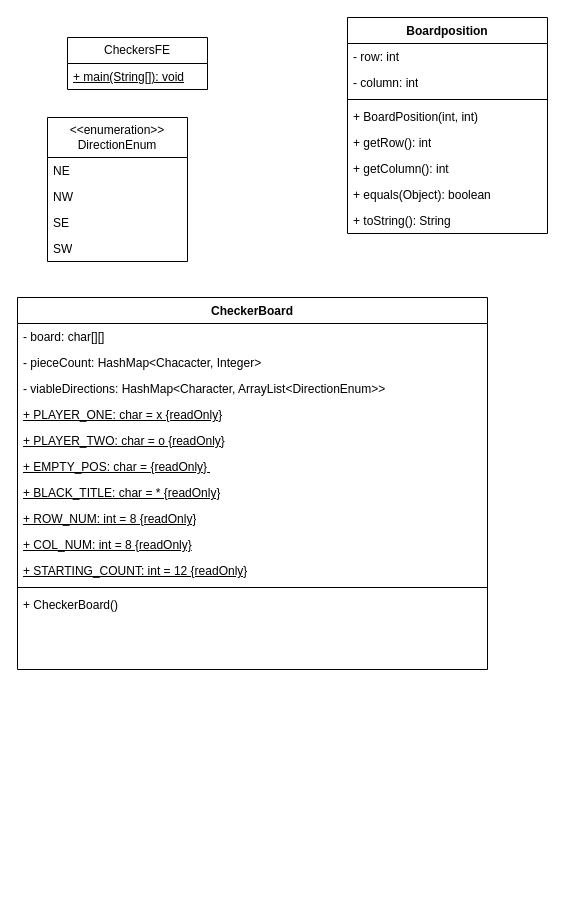
The draw.io diagram CheckersUML.drawio in ksurisetty11/checkers-project, before the edit. Source tidied: cells renumbered, new cells numbered last; positions are measured from the earlier drawing's top-left corner, leaving out a move shared by most shapes. Both pictures are drawn from the tidied source at 100%, with x=0, y=0 at pixel (17, 17).
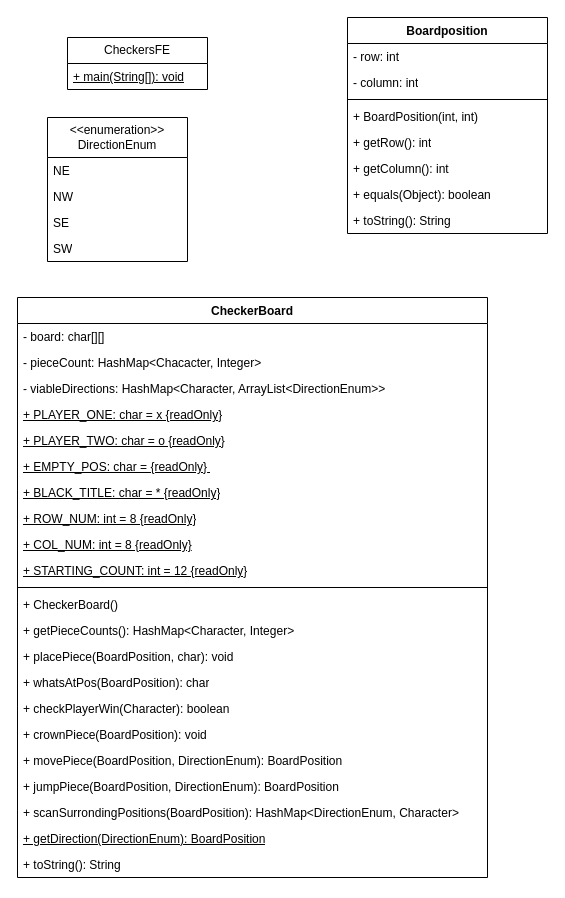
After the change.

Commit message:
Finished CheckerBoard

Diff of the diagram source:
```diff
@@
     <mxCell id="11" value="CheckerBoard" style="swimlane;fontStyle=1;align=center;verticalAlign=top;horizontal=1;startSize=26;whiteSpace=wrap;html=1;" parent="1" vertex="1">
-      <mxGeometry y="280" width="470" height="372" as="geometry" />
+      <mxGeometry y="280" width="470" height="580" as="geometry" />
     </mxCell>
@@
-    <mxCell id="24" style="text;strokeColor=none;fillColor=none;align=left;verticalAlign=top;spacingLeft=4;spacingRight=4;overflow=hidden;whiteSpace=wrap;html=1;" parent="11" vertex="1">
+    <mxCell id="24" value="+ getPieceCounts(): HashMap&amp;lt;Character, Integer&amp;gt;" style="text;strokeColor=none;fillColor=none;align=left;verticalAlign=top;spacingLeft=4;spacingRight=4;overflow=hidden;whiteSpace=wrap;html=1;" parent="11" vertex="1">
       <mxGeometry y="320" width="470" height="26" as="geometry" />
     </mxCell>
+    <mxCell id="33" value="+ placePiece(BoardPosition, char): void" style="text;strokeColor=none;fillColor=none;align=left;verticalAlign=top;spacingLeft=4;spacingRight=4;overflow=hidden;whiteSpace=wrap;html=1;" parent="11" vertex="1">
+      <mxGeometry y="346" width="470" height="26" as="geometry" />
+    </mxCell>
+    <mxCell id="34" value="+ whatsAtPos(BoardPosition): char" style="text;strokeColor=none;fillColor=none;align=left;verticalAlign=top;spacingLeft=4;spacingRight=4;overflow=hidden;whiteSpace=wrap;html=1;" parent="11" vertex="1">
+      <mxGeometry y="372" width="470" height="26" as="geometry" />
+    </mxCell>
+    <mxCell id="35" value="+ checkPlayerWin(Character): boolean" style="text;strokeColor=none;fillColor=none;align=left;verticalAlign=top;spacingLeft=4;spacingRight=4;overflow=hidden;whiteSpace=wrap;html=1;" parent="11" vertex="1">
+      <mxGeometry y="398" width="470" height="26" as="geometry" />
+    </mxCell>
-    <mxCell id="25" style="text;strokeColor=none;fillColor=none;align=left;verticalAlign=top;spacingLeft=4;spacingRight=4;overflow=hidden;whiteSpace=wrap;html=1;" parent="11" vertex="1">
-      <mxGeometry y="346" width="470" height="26" as="geometry" />
+    <mxCell id="25" value="+ crownPiece(BoardPosition): void" style="text;strokeColor=none;fillColor=none;align=left;verticalAlign=top;spacingLeft=4;spacingRight=4;overflow=hidden;whiteSpace=wrap;html=1;" parent="11" vertex="1">
+      <mxGeometry y="424" width="470" height="26" as="geometry" />
     </mxCell>
+    <mxCell id="36" value="+ movePiece(BoardPosition, DirectionEnum): BoardPosition" style="text;strokeColor=none;fillColor=none;align=left;verticalAlign=top;spacingLeft=4;spacingRight=4;overflow=hidden;whiteSpace=wrap;html=1;" parent="11" vertex="1">
+      <mxGeometry y="450" width="470" height="26" as="geometry" />
+    </mxCell>
+    <mxCell id="37" value="+ jumpPiece(BoardPosition, DirectionEnum): BoardPosition" style="text;strokeColor=none;fillColor=none;align=left;verticalAlign=top;spacingLeft=4;spacingRight=4;overflow=hidden;whiteSpace=wrap;html=1;" parent="11" vertex="1">
+      <mxGeometry y="476" width="470" height="26" as="geometry" />
+    </mxCell>
+    <mxCell id="38" value="+ scanSurrondingPositions(BoardPosition): HashMap&amp;lt;DirectionEnum, Character&amp;gt;" style="text;strokeColor=none;fillColor=none;align=left;verticalAlign=top;spacingLeft=4;spacingRight=4;overflow=hidden;whiteSpace=wrap;html=1;" parent="11" vertex="1">
+      <mxGeometry y="502" width="470" height="26" as="geometry" />
+    </mxCell>
+    <mxCell id="39" value="&lt;u&gt;+ getDirection(DirectionEnum): BoardPosition&lt;/u&gt;" style="text;strokeColor=none;fillColor=none;align=left;verticalAlign=top;spacingLeft=4;spacingRight=4;overflow=hidden;whiteSpace=wrap;html=1;" parent="11" vertex="1">
+      <mxGeometry y="528" width="470" height="26" as="geometry" />
+    </mxCell>
+    <mxCell id="40" value="+ toString(): String" style="text;strokeColor=none;fillColor=none;align=left;verticalAlign=top;spacingLeft=4;spacingRight=4;overflow=hidden;whiteSpace=wrap;html=1;" parent="11" vertex="1">
+      <mxGeometry y="554" width="470" height="26" as="geometry" />
+    </mxCell>
```
